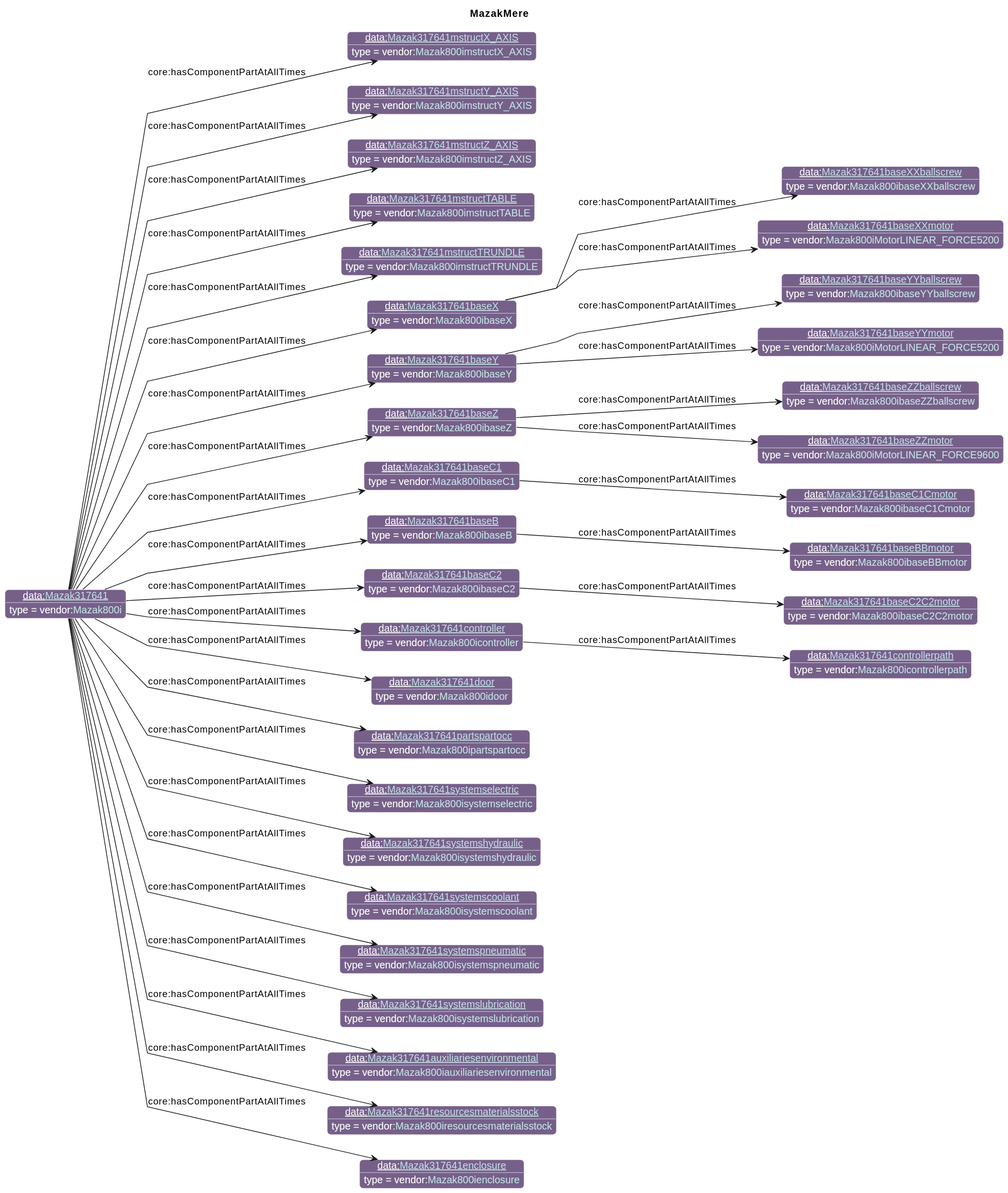
iofoundry/example-syseng-mtconnect keeps this PlantUML diagram as diagrams/MazakMere.svg. Above is the earlier version.
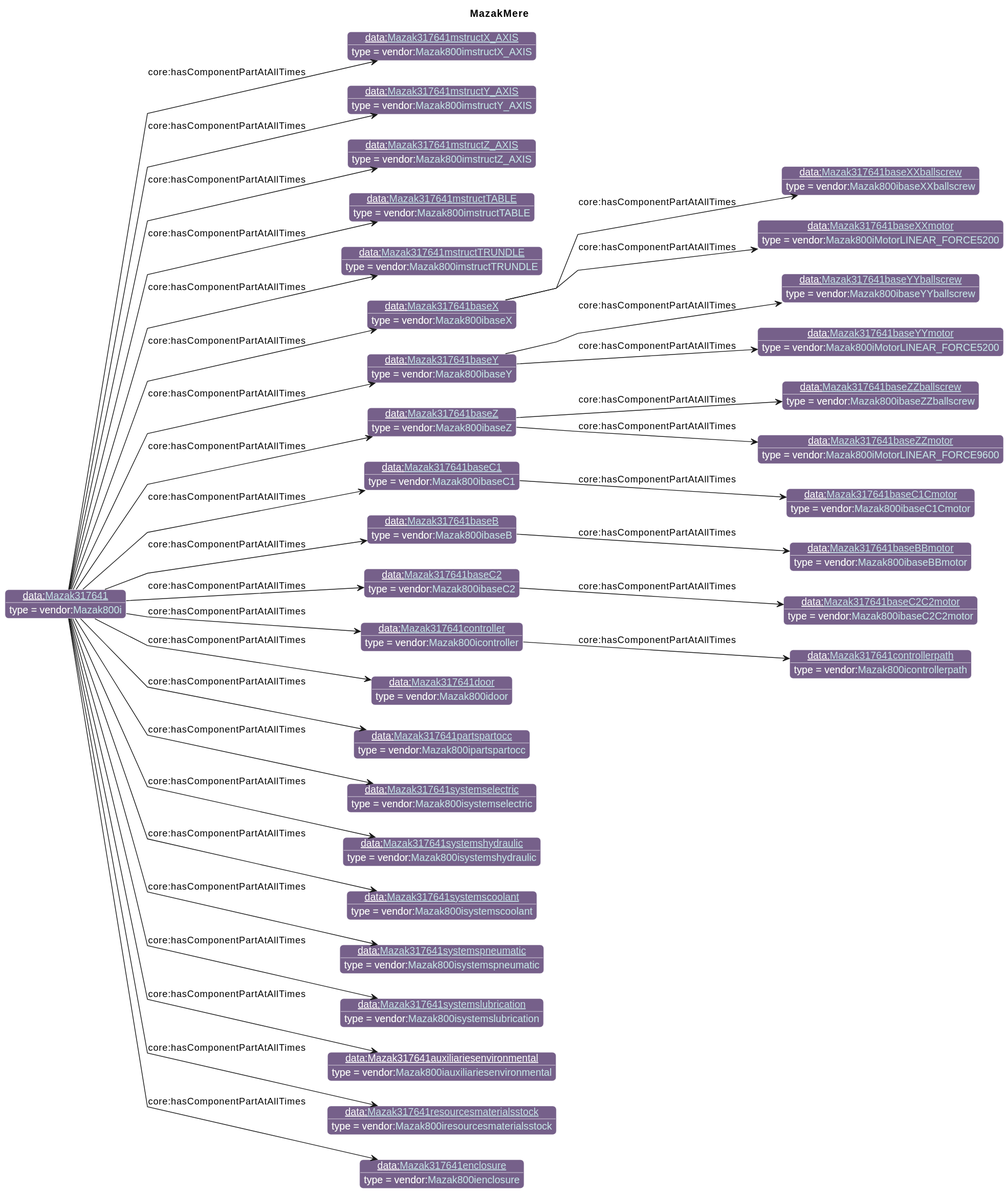
Later version of the same file.

What changed in the source:
```diff
@@ -55,7 +55,7 @@
 individual(o27, data:[[./Mazak317641systemscoolant.html Mazak317641systemscoolant]], vendor:[[../Mazak.html#Mazak800isystemscoolant Mazak800isystemscoolant]])
 individual(o28, data:[[./Mazak317641systemspneumatic.html Mazak317641systemspneumatic]], vendor:[[../Mazak.html#Mazak800isystemspneumatic Mazak800isystemspneumatic]])
 individual(o29, data:[[./Mazak317641systemslubrication.html Mazak317641systemslubrication]], vendor:[[../Mazak.html#Mazak800isystemslubrication Mazak800isystemslubrication]])
-individual(o30, data:[[./Mazak317641auxiliariesenvironmental.html Mazak317641auxiliariesenvironmental]], vendor:[[../Mazak.html#Mazak800iauxiliariesenvironmental Mazak800iauxiliariesenvironmental]])
+individual(o30, data:Mazak317641auxiliariesenvironmental, vendor:[[../Mazak.html#Mazak800iauxiliariesenvironmental Mazak800iauxiliariesenvironmental]])
 individual(o31, data:[[./Mazak317641resourcesmaterialsstock.html Mazak317641resourcesmaterialsstock]], vendor:[[../Mazak.html#Mazak800iresourcesmaterialsstock Mazak800iresourcesmaterialsstock]])
 individual(o32, data:[[./Mazak317641enclosure.html Mazak317641enclosure]], vendor:[[../Mazak.html#Mazak800ienclosure Mazak800ienclosure]])
 property(o0, "core:hasComponentPartAtAllTimes", o1)
```
